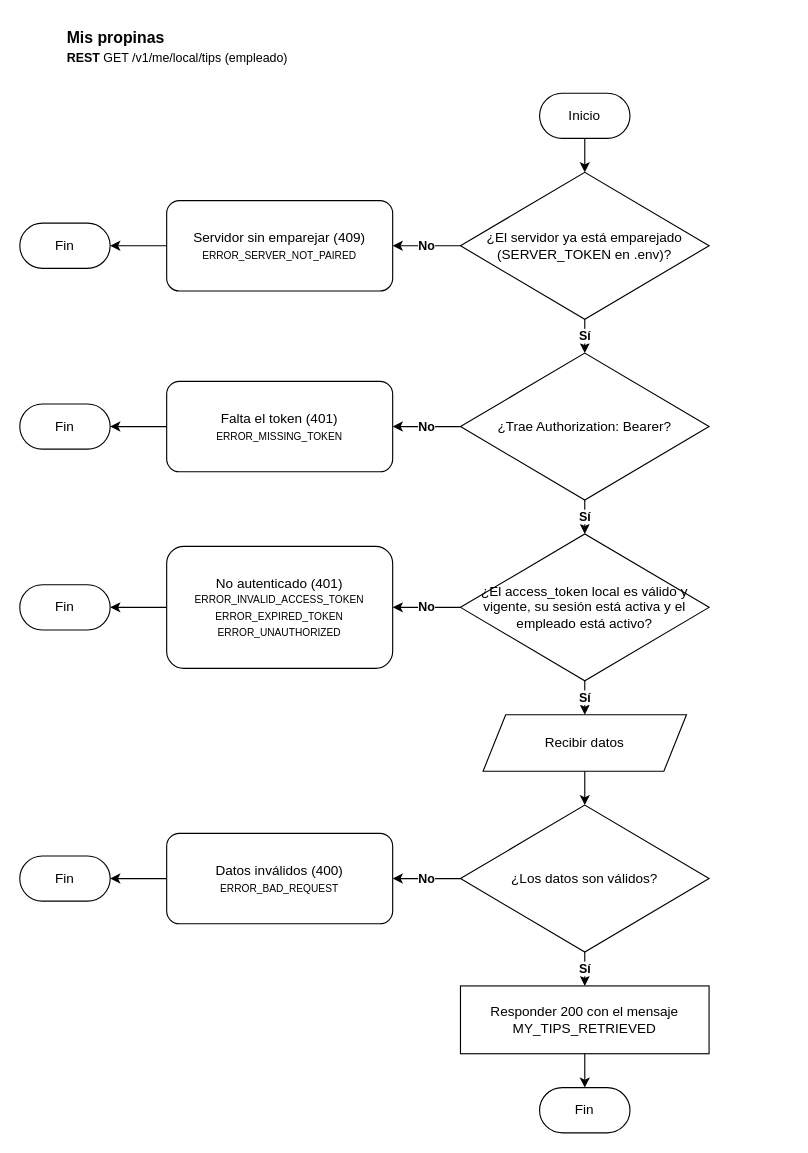
Before: documents/diagrams/workflows/tip/local/mine.drawio in Andry510/miyabi-restaurant-server, a draw.io diagram. Source tidied: cells renumbered, new cells numbered last; positions are measured from the earlier drawing's top-left corner, leaving out a move shared by most shapes. Both pictures are drawn from the tidied source at 113%, with x=0, y=0 at pixel (19, 19).
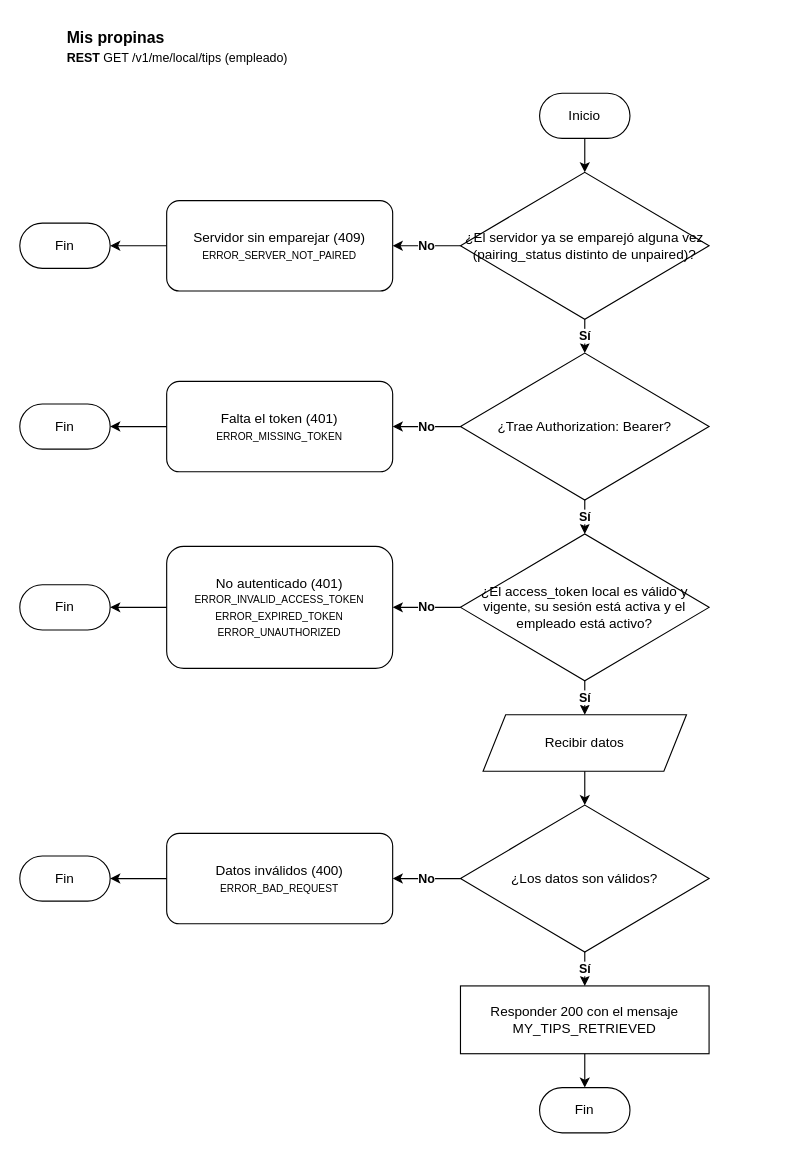
After the change.

The edit, as a diff of the source:
```diff
@@
-    <mxCell id="4" value="¿El servidor ya está emparejado (SERVER_TOKEN en .env)?" style="rhombus;whiteSpace=wrap;html=1;rounded=1;arcSize=0;" parent="1" vertex="1">
+    <mxCell id="4" value="¿El servidor ya se emparejó alguna vez (pairing_status distinto de unpaired)?" style="rhombus;whiteSpace=wrap;html=1;rounded=1;arcSize=0;" parent="1" vertex="1">
       <mxGeometry x="390" y="135" width="220" height="130" as="geometry" />
     </mxCell>
```
